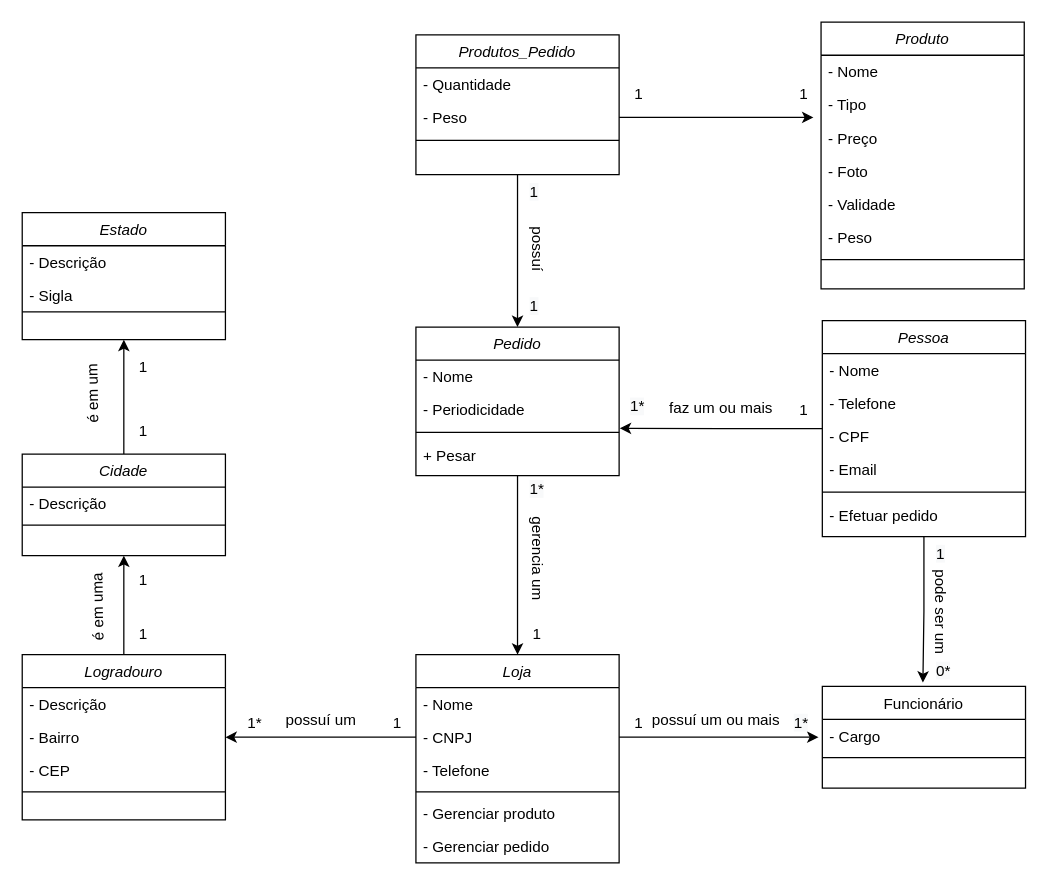
This is documentation/Diagrama de Objetos.drawio from leoconceicao/Fair, a draw.io file, before an edit. Source tidied: cells renumbered, new cells numbered last; positions are measured from the earlier drawing's top-left corner, leaving out a move shared by most shapes. Both pictures are drawn from the tidied source at 127%, with x=0, y=0 at pixel (22, 22).
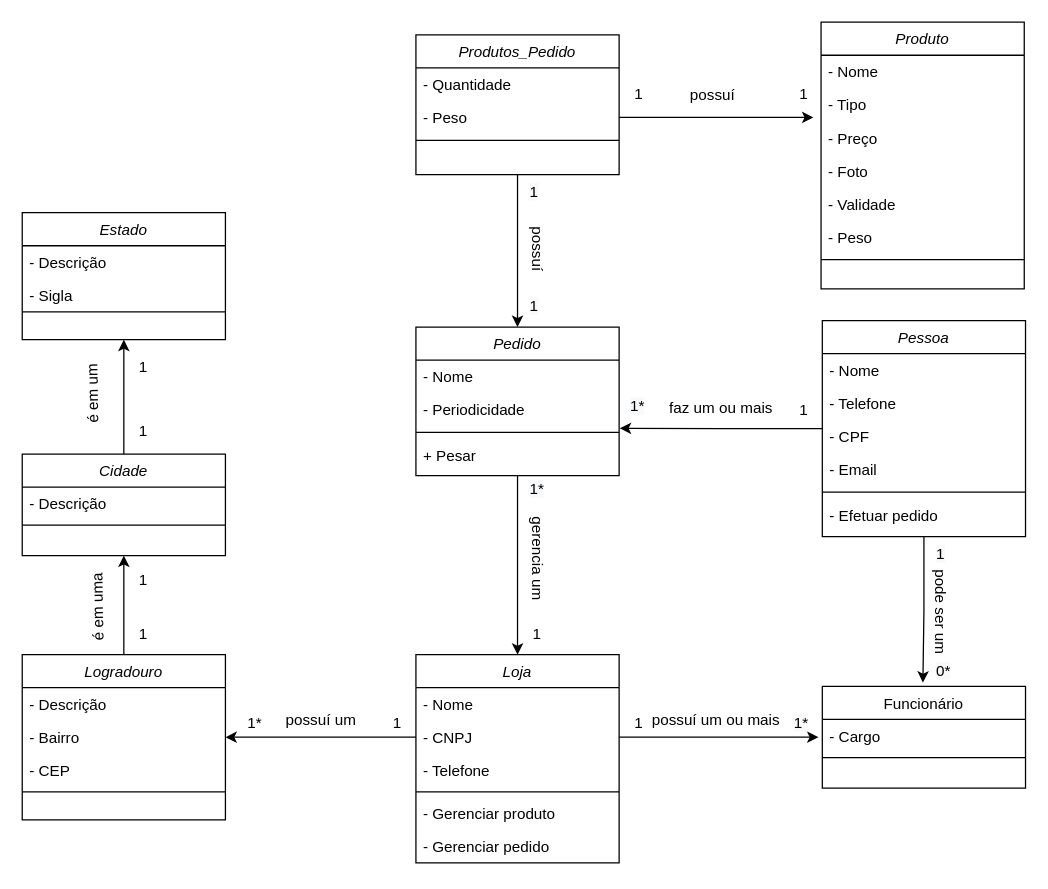
Above is the later version.

Diff of the diagram source:
```diff
@@
+    <mxCell id="83" value="possuí&amp;nbsp;" style="text;html=1;align=center;verticalAlign=middle;strokeColor=none;fillColor=none;rotation=0;" parent="1" vertex="1">
+      <mxGeometry x="520" y="48" width="50" height="20" as="geometry" />
+    </mxCell>
```
